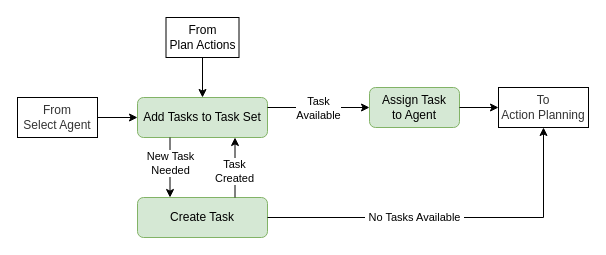
Before: Thesis/taskmanagementoverview.drawio in TWCCarlson/FleetBench, a draw.io diagram. Source tidied: cells renumbered, new cells numbered last; positions are measured from the earlier drawing's top-left corner, leaving out a move shared by most shapes. Both pictures are drawn from the tidied source at 100%, with x=0, y=0 at pixel (17, 17).
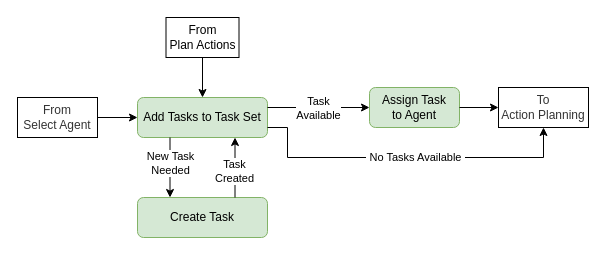
Above is the later version.

Unchanged cells that the change refers to:
```xml
<mxCell id="3" value="Add Tasks to Task Set" style="rounded=1;whiteSpace=wrap;html=1;fillColor=#d5e8d4;strokeColor=#82b366;" parent="1" vertex="1">
  <mxGeometry x="120" y="80" width="130" height="40" as="geometry" />
</mxCell>
<mxCell id="8" value="Create Task" style="rounded=1;whiteSpace=wrap;html=1;fillColor=#d5e8d4;strokeColor=#82b366;" parent="1" vertex="1">
  <mxGeometry x="120" y="180" width="130" height="40" as="geometry" />
</mxCell>
<mxCell id="14" value="To&lt;br&gt;Action Planning" style="text;html=1;strokeColor=#000000;fillColor=#FFFFFF;align=center;verticalAlign=middle;whiteSpace=wrap;rounded=0;fontColor=#333333;" parent="1" vertex="1">
  <mxGeometry x="481" y="70" width="90" height="40" as="geometry" />
</mxCell>
```

The edit, as a diff of the source:
```diff
@@
-    <mxCell id="15" style="endArrow=classic;html=1;rounded=0;exitX=1;exitY=0.5;exitDx=0;exitDy=0;entryX=0.5;entryY=1;entryDx=0;entryDy=0;" parent="1" edge="1" source="8" target="14">
+    <mxCell id="15" style="endArrow=classic;html=1;rounded=0;exitX=1;exitY=0.75;exitDx=0;exitDy=0;entryX=0.5;entryY=1;entryDx=0;entryDy=0;" parent="1" edge="1" source="3" target="14">
       <mxGeometry relative="1" as="geometry">
         <Array as="points">
-          <mxPoint x="526" y="200" />
+          <mxPoint x="270" y="110" />
+          <mxPoint x="270" y="140" />
+          <mxPoint x="526" y="140" />
         </Array>
       </mxGeometry>
     </mxCell>
     <mxCell id="16" value="&amp;nbsp;No Tasks Available&amp;nbsp;" style="edgeLabel;html=1;align=center;verticalAlign=middle;" parent="15" vertex="1">
-      <mxGeometry x="-0.2" y="1" relative="1" as="geometry" />
+      <mxGeometry x="-0.2" y="1" relative="1" as="geometry">
+        <mxPoint x="43" as="offset" />
+      </mxGeometry>
     </mxCell>
```
